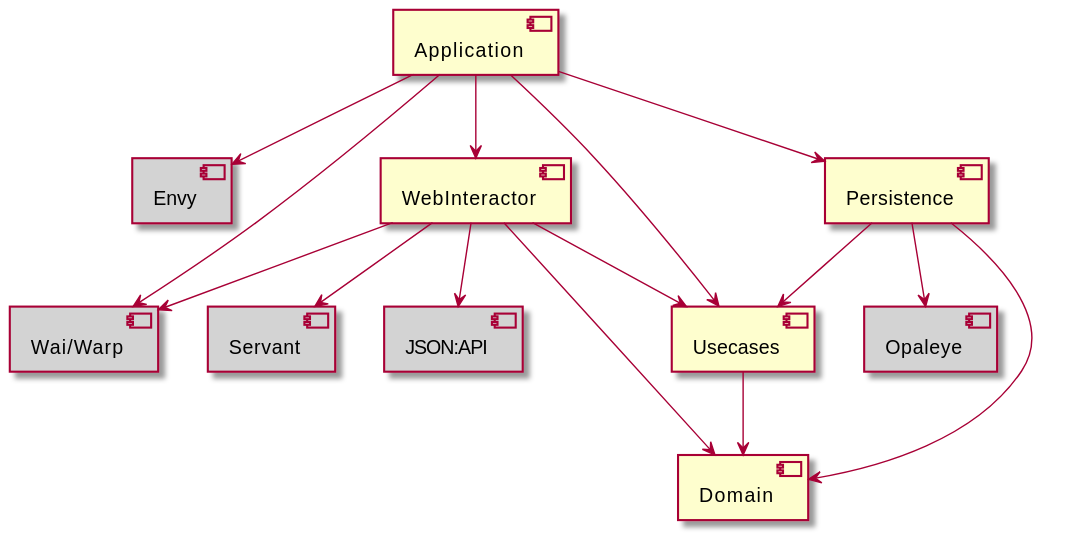
Before: doc/dependencies.svg, a diagram exported from PlantUML (ClairBerlin/ingestair).
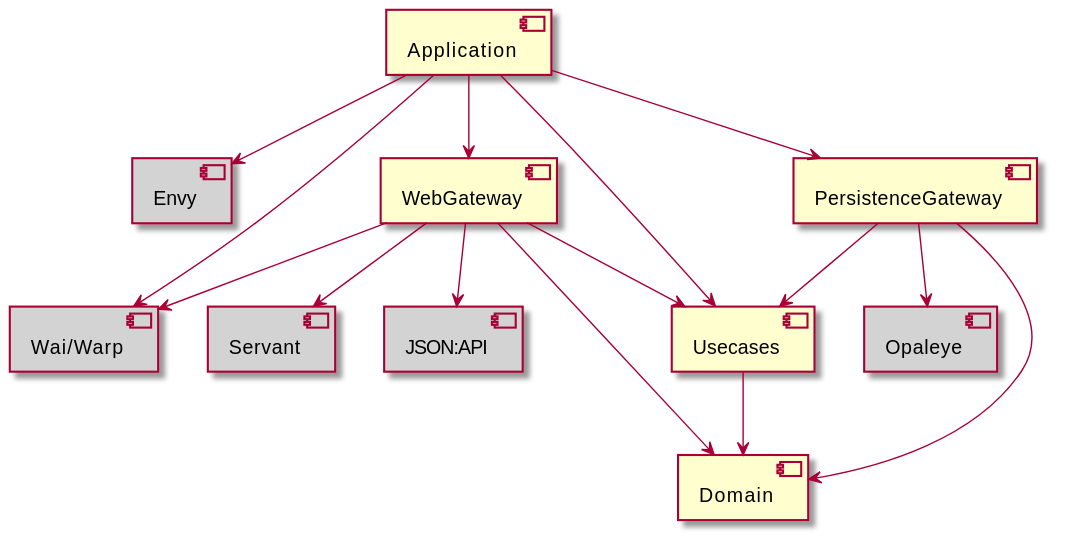
After the commit.

The edit, as a diff of the source:
```diff
@@ -7,24 +7,24 @@
 [Opaleye]#LightGrey
 
 [Application]
-[WebInteractor]
-[Persistence]
+[WebGateway]
+[PersistenceGateway]
 [Usecases]
 [Domain]
 
 [Application] --> [Envy]
 [Application] --> [Wai/Warp]
-[Application] --> [Persistence]
-[Application] --> [WebInteractor]
+[Application] --> [PersistenceGateway]
+[Application] --> [WebGateway]
 [Application] --> [Usecases]
-[WebInteractor] --> [Domain]
-[WebInteractor] --> [Usecases]
-[WebInteractor] --> [Servant]
-[WebInteractor] --> [JSON:API]
-[WebInteractor] --> [Wai/Warp]
-[Persistence] --> [Usecases]
-[Persistence] --> [Domain]
-[Persistence] --> [Opaleye]
+[WebGateway] --> [Domain]
+[WebGateway] --> [Usecases]
+[WebGateway] --> [Servant]
+[WebGateway] --> [JSON:API]
+[WebGateway] --> [Wai/Warp]
+[PersistenceGateway] --> [Usecases]
+[PersistenceGateway] --> [Domain]
+[PersistenceGateway] --> [Opaleye]
 [Usecases] --> [Domain]
 
 @enduml
```
